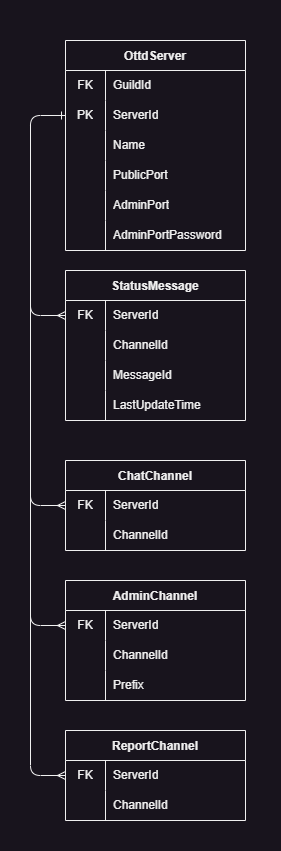
This is docs/database.drawio.png from shoter/OpenttdDiscord, a draw.io export, as it was before one commit. Source tidied: cells renumbered, new cells last; positions are measured from the earlier drawing's top-left corner, leaving out a move shared by most shapes.
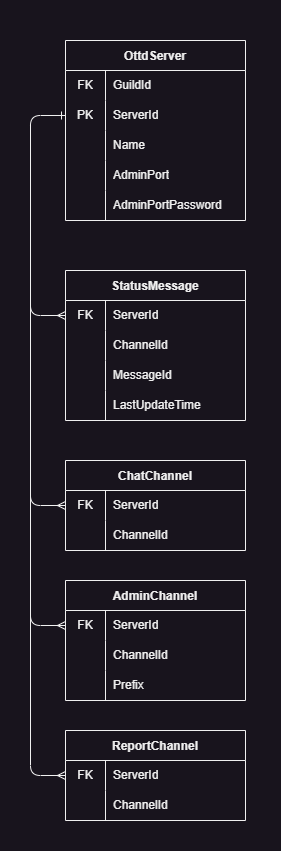
Above is the later version.

Commit message:
docs: remove PublicPort from OttdServer

Change to the diagram source:
```diff
@@ -6,7 +6,7 @@
       <mxGeometry width="280" height="850" as="geometry" />
     </mxCell>
     <mxCell id="3" value="OttdServer" style="shape=table;startSize=30;rowLines=0;fontStyle=1;fontColor=#F0F0F0;strokeColor=#F0F0F0;fillColor=#18141D;" parent="1" vertex="1">
-      <mxGeometry x="65" y="40" width="180" height="210" as="geometry" />
+      <mxGeometry x="65" y="40" width="180" height="180" as="geometry" />
     </mxCell>
     <mxCell id="4" style="shape=tableRow;horizontal=0;startSize=0;swimlaneHead=0;swimlaneBody=0;top=0;left=0;bottom=0;right=0;fillColor=none;fontColor=#F0F0F0;strokeColor=#F0F0F0;" parent="3" vertex="1">
       <mxGeometry y="30" width="180" height="30" as="geometry" />
@@ -35,17 +35,8 @@
     <mxCell id="12" value="Name" style="shape=partialRectangle;html=1;whiteSpace=wrap;fillColor=none;top=0;left=0;bottom=0;right=0;align=left;spacingLeft=6;overflow=hidden;fontColor=#F0F0F0;strokeColor=#F0F0F0;" parent="10" vertex="1">
       <mxGeometry x="40" width="140" height="30" as="geometry" />
     </mxCell>
-    <mxCell id="13" style="shape=tableRow;horizontal=0;startSize=0;swimlaneHead=0;swimlaneBody=0;top=0;left=0;bottom=0;right=0;fillColor=none;fontColor=#F0F0F0;strokeColor=#F0F0F0;" parent="3" vertex="1">
-      <mxGeometry y="120" width="180" height="30" as="geometry" />
-    </mxCell>
-    <mxCell id="14" style="shape=partialRectangle;html=1;whiteSpace=wrap;fillColor=none;top=0;left=0;bottom=0;right=0;overflow=hidden;fontColor=#F0F0F0;strokeColor=#F0F0F0;" parent="13" vertex="1">
-      <mxGeometry width="40" height="30" as="geometry" />
-    </mxCell>
-    <mxCell id="15" value="PublicPort" style="shape=partialRectangle;html=1;whiteSpace=wrap;fillColor=none;top=0;left=0;bottom=0;right=0;align=left;spacingLeft=6;overflow=hidden;fontColor=#F0F0F0;strokeColor=#F0F0F0;" parent="13" vertex="1">
-      <mxGeometry x="40" width="140" height="30" as="geometry" />
-    </mxCell>
     <mxCell id="16" style="shape=tableRow;horizontal=0;startSize=0;swimlaneHead=0;swimlaneBody=0;top=0;left=0;bottom=0;right=0;fillColor=none;fontColor=#F0F0F0;strokeColor=#F0F0F0;" parent="3" vertex="1">
-      <mxGeometry y="150" width="180" height="30" as="geometry" />
+      <mxGeometry y="120" width="180" height="30" as="geometry" />
     </mxCell>
     <mxCell id="17" style="shape=partialRectangle;html=1;whiteSpace=wrap;fillColor=none;top=0;left=0;bottom=0;right=0;overflow=hidden;fontColor=#F0F0F0;strokeColor=#F0F0F0;" parent="16" vertex="1">
       <mxGeometry width="40" height="30" as="geometry" />
@@ -54,7 +45,7 @@
       <mxGeometry x="40" width="140" height="30" as="geometry" />
     </mxCell>
     <mxCell id="19" style="shape=tableRow;horizontal=0;startSize=0;swimlaneHead=0;swimlaneBody=0;top=0;left=0;bottom=0;right=0;fillColor=none;fontColor=#F0F0F0;strokeColor=#F0F0F0;" parent="3" vertex="1">
-      <mxGeometry y="180" width="180" height="30" as="geometry" />
+      <mxGeometry y="150" width="180" height="30" as="geometry" />
     </mxCell>
     <mxCell id="20" style="shape=partialRectangle;html=1;whiteSpace=wrap;fillColor=none;top=0;left=0;bottom=0;right=0;overflow=hidden;fontColor=#F0F0F0;strokeColor=#F0F0F0;" parent="19" vertex="1">
       <mxGeometry width="40" height="30" as="geometry" />
```
